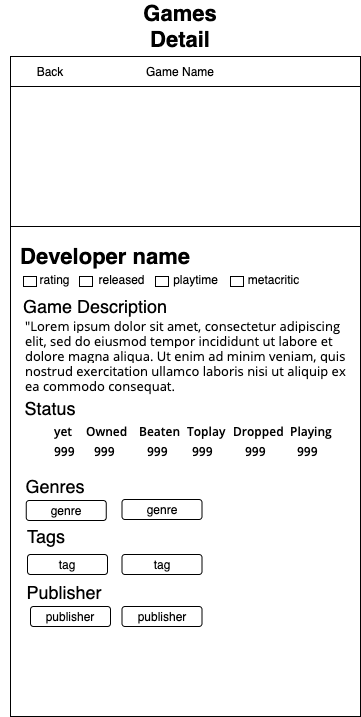
The draw.io diagram lofi design/IOS submission-Game Detail.png in putrautama007/game_catalogue, before a commit. Source tidied: cells renumbered, new cells last; positions are measured from the earlier drawing's top-left corner, leaving out a move shared by most shapes. The source it was exported from:
```xml
<mxGraphModel>
  <root>
    <mxCell id="0" />
    <mxCell id="1" parent="0" />
    <mxCell id="2" style="rounded=0;whiteSpace=wrap;html=1;" parent="1" vertex="1">
      <mxGeometry x="10" y="40" width="350" height="660" as="geometry" />
    </mxCell>
    <mxCell id="3" value="&lt;font style=&quot;font-size: 22px&quot;&gt;&lt;b&gt;Games Detail&lt;/b&gt;&lt;/font&gt;" style="text;html=1;strokeColor=none;fillColor=none;align=center;verticalAlign=middle;whiteSpace=wrap;rounded=0;" parent="1" vertex="1">
      <mxGeometry x="160" width="40" height="20" as="geometry" />
    </mxCell>
    <mxCell id="4" style="rounded=0;whiteSpace=wrap;html=1;" parent="1" vertex="1">
      <mxGeometry x="10" y="40" width="350" height="30" as="geometry" />
    </mxCell>
    <mxCell id="5" value="Game Name" style="text;html=1;strokeColor=none;fillColor=none;align=center;verticalAlign=middle;whiteSpace=wrap;rounded=0;" parent="1" vertex="1">
      <mxGeometry x="140" y="45" width="80" height="20" as="geometry" />
    </mxCell>
    <mxCell id="6" value="Back" style="text;html=1;strokeColor=none;fillColor=none;align=center;verticalAlign=middle;whiteSpace=wrap;rounded=0;" parent="1" vertex="1">
      <mxGeometry x="10" y="45" width="80" height="20" as="geometry" />
    </mxCell>
    <mxCell id="7" style="rounded=0;whiteSpace=wrap;html=1;" parent="1" vertex="1">
      <mxGeometry x="10" y="70" width="350" height="140" as="geometry" />
    </mxCell>
    <mxCell id="8" value="&lt;font style=&quot;font-size: 22px&quot;&gt;&lt;b&gt;Developer name&lt;/b&gt;&lt;/font&gt;" style="text;html=1;strokeColor=none;fillColor=none;align=center;verticalAlign=middle;whiteSpace=wrap;rounded=0;" parent="1" vertex="1">
      <mxGeometry x="10" y="230" width="190" height="20" as="geometry" />
    </mxCell>
    <mxCell id="9" style="rounded=0;whiteSpace=wrap;html=1;" parent="1" vertex="1">
      <mxGeometry x="23" y="260" width="13" height="10" as="geometry" />
    </mxCell>
    <mxCell id="10" value="rating" style="text;html=1;strokeColor=none;fillColor=none;align=center;verticalAlign=middle;whiteSpace=wrap;rounded=0;" parent="1" vertex="1">
      <mxGeometry x="30" y="253" width="49" height="20" as="geometry" />
    </mxCell>
    <mxCell id="11" style="rounded=0;whiteSpace=wrap;html=1;" parent="1" vertex="1">
      <mxGeometry x="79" y="260" width="13" height="10" as="geometry" />
    </mxCell>
    <mxCell id="12" value="released" style="text;html=1;strokeColor=none;fillColor=none;align=center;verticalAlign=middle;whiteSpace=wrap;rounded=0;" parent="1" vertex="1">
      <mxGeometry x="97" y="253" width="49" height="20" as="geometry" />
    </mxCell>
    <mxCell id="13" style="rounded=0;whiteSpace=wrap;html=1;" parent="1" vertex="1">
      <mxGeometry x="155" y="260" width="13" height="10" as="geometry" />
    </mxCell>
    <mxCell id="14" value="playtime" style="text;html=1;strokeColor=none;fillColor=none;align=center;verticalAlign=middle;whiteSpace=wrap;rounded=0;" parent="1" vertex="1">
      <mxGeometry x="171" y="253" width="49" height="20" as="geometry" />
    </mxCell>
    <mxCell id="15" style="rounded=0;whiteSpace=wrap;html=1;" parent="1" vertex="1">
      <mxGeometry x="230" y="260" width="13" height="10" as="geometry" />
    </mxCell>
    <mxCell id="16" value="metacritic" style="text;html=1;strokeColor=none;fillColor=none;align=center;verticalAlign=middle;whiteSpace=wrap;rounded=0;" parent="1" vertex="1">
      <mxGeometry x="249" y="253" width="49" height="20" as="geometry" />
    </mxCell>
    <mxCell id="17" value="&lt;font style=&quot;font-size: 18px&quot;&gt;Game Description&lt;/font&gt;" style="text;html=1;strokeColor=none;fillColor=none;align=center;verticalAlign=middle;whiteSpace=wrap;rounded=0;" parent="1" vertex="1">
      <mxGeometry y="280" width="190" height="20" as="geometry" />
    </mxCell>
    <mxCell id="18" value="&lt;span style=&quot;font-family: &amp;#34;open sans&amp;#34; , &amp;#34;arial&amp;#34; , sans-serif ; background-color: rgb(255 , 255 , 255)&quot;&gt;&lt;font style=&quot;font-size: 13px&quot;&gt;&quot;Lorem ipsum dolor sit amet, consectetur adipiscing elit, sed do eiusmod tempor incididunt ut labore et dolore magna aliqua. Ut enim ad minim veniam, quis nostrud exercitation ullamco laboris nisi ut aliquip ex ea commodo consequat.&amp;nbsp;&lt;/font&gt;&lt;/span&gt;" style="text;html=1;strokeColor=none;fillColor=none;align=left;verticalAlign=middle;whiteSpace=wrap;rounded=0;" parent="1" vertex="1">
      <mxGeometry x="23" y="300" width="327" height="80" as="geometry" />
    </mxCell>
    <mxCell id="19" value="&lt;font style=&quot;font-size: 18px&quot;&gt;Status&lt;/font&gt;" style="text;html=1;strokeColor=none;fillColor=none;align=center;verticalAlign=middle;whiteSpace=wrap;rounded=0;" parent="1" vertex="1">
      <mxGeometry x="16.2" y="382" width="67.5" height="20" as="geometry" />
    </mxCell>
    <mxCell id="20" value="&lt;font style=&quot;font-size: 18px&quot;&gt;Genres&lt;/font&gt;" style="text;html=1;strokeColor=none;fillColor=none;align=center;verticalAlign=middle;whiteSpace=wrap;rounded=0;" parent="1" vertex="1">
      <mxGeometry x="20.8" y="460" width="67.5" height="20" as="geometry" />
    </mxCell>
    <mxCell id="21" value="&lt;span style=&quot;font-size: 18px&quot;&gt;Tags&lt;/span&gt;" style="text;html=1;strokeColor=none;fillColor=none;align=center;verticalAlign=middle;whiteSpace=wrap;rounded=0;" parent="1" vertex="1">
      <mxGeometry x="11.5" y="510" width="67.5" height="20" as="geometry" />
    </mxCell>
    <mxCell id="22" value="&lt;span style=&quot;font-size: 18px&quot;&gt;Publisher&lt;/span&gt;" style="text;html=1;strokeColor=none;fillColor=none;align=center;verticalAlign=middle;whiteSpace=wrap;rounded=0;" parent="1" vertex="1">
      <mxGeometry x="30" y="566" width="67.5" height="20" as="geometry" />
    </mxCell>
    <mxCell id="23" value="genre" style="rounded=1;whiteSpace=wrap;html=1;" parent="1" vertex="1">
      <mxGeometry x="25.8" y="484" width="80" height="20" as="geometry" />
    </mxCell>
    <mxCell id="24" value="genre" style="rounded=1;whiteSpace=wrap;html=1;" parent="1" vertex="1">
      <mxGeometry x="121.5" y="483" width="80" height="20" as="geometry" />
    </mxCell>
    <mxCell id="25" value="tag" style="rounded=1;whiteSpace=wrap;html=1;" parent="1" vertex="1">
      <mxGeometry x="27" y="538" width="80" height="20" as="geometry" />
    </mxCell>
    <mxCell id="26" value="tag" style="rounded=1;whiteSpace=wrap;html=1;" parent="1" vertex="1">
      <mxGeometry x="121.5" y="538" width="80" height="20" as="geometry" />
    </mxCell>
    <mxCell id="27" value="publisher" style="rounded=1;whiteSpace=wrap;html=1;" parent="1" vertex="1">
      <mxGeometry x="30" y="590" width="80" height="20" as="geometry" />
    </mxCell>
    <mxCell id="28" value="publisher" style="rounded=1;whiteSpace=wrap;html=1;" parent="1" vertex="1">
      <mxGeometry x="121.5" y="590" width="80" height="20" as="geometry" />
    </mxCell>
    <mxCell id="29" value="&lt;span style=&quot;font-family: &amp;#34;open sans&amp;#34; , &amp;#34;arial&amp;#34; , sans-serif ; background-color: rgb(255 , 255 , 255)&quot;&gt;&lt;font size=&quot;1&quot;&gt;&lt;b style=&quot;font-size: 12px&quot;&gt;yet&lt;/b&gt;&lt;/font&gt;&lt;/span&gt;" style="text;html=1;strokeColor=none;fillColor=none;align=left;verticalAlign=middle;whiteSpace=wrap;rounded=0;" parent="1" vertex="1">
      <mxGeometry x="52.2" y="410" width="30" height="10" as="geometry" />
    </mxCell>
    <mxCell id="30" value="&lt;span style=&quot;font-family: &amp;#34;open sans&amp;#34; , &amp;#34;arial&amp;#34; , sans-serif ; background-color: rgb(255 , 255 , 255)&quot;&gt;&lt;font size=&quot;1&quot;&gt;&lt;b style=&quot;font-size: 12px&quot;&gt;Owned&lt;/b&gt;&lt;/font&gt;&lt;/span&gt;" style="text;html=1;strokeColor=none;fillColor=none;align=left;verticalAlign=middle;whiteSpace=wrap;rounded=0;" parent="1" vertex="1">
      <mxGeometry x="84.2" y="410" width="30" height="10" as="geometry" />
    </mxCell>
    <mxCell id="31" value="&lt;font face=&quot;open sans, arial, sans-serif&quot;&gt;&lt;span style=&quot;background-color: rgb(255 , 255 , 255)&quot;&gt;&lt;b&gt;Beaten&lt;/b&gt;&lt;/span&gt;&lt;/font&gt;" style="text;html=1;strokeColor=none;fillColor=none;align=left;verticalAlign=middle;whiteSpace=wrap;rounded=0;" parent="1" vertex="1">
      <mxGeometry x="136.8" y="410" width="30" height="10" as="geometry" />
    </mxCell>
    <mxCell id="32" value="&lt;span style=&quot;font-family: &amp;#34;open sans&amp;#34; , &amp;#34;arial&amp;#34; , sans-serif ; background-color: rgb(255 , 255 , 255)&quot;&gt;&lt;font size=&quot;1&quot;&gt;&lt;b style=&quot;font-size: 12px&quot;&gt;Toplay&lt;/b&gt;&lt;/font&gt;&lt;/span&gt;" style="text;html=1;strokeColor=none;fillColor=none;align=left;verticalAlign=middle;whiteSpace=wrap;rounded=0;" parent="1" vertex="1">
      <mxGeometry x="184.8" y="410" width="30" height="10" as="geometry" />
    </mxCell>
    <mxCell id="33" value="&lt;span style=&quot;font-family: &amp;#34;open sans&amp;#34; , &amp;#34;arial&amp;#34; , sans-serif ; background-color: rgb(255 , 255 , 255)&quot;&gt;&lt;font size=&quot;1&quot;&gt;&lt;b style=&quot;font-size: 12px&quot;&gt;Dropped&lt;/b&gt;&lt;/font&gt;&lt;/span&gt;" style="text;html=1;strokeColor=none;fillColor=none;align=left;verticalAlign=middle;whiteSpace=wrap;rounded=0;" parent="1" vertex="1">
      <mxGeometry x="231.2" y="410" width="30" height="10" as="geometry" />
    </mxCell>
    <mxCell id="34" value="&lt;span style=&quot;font-family: &amp;#34;open sans&amp;#34; , &amp;#34;arial&amp;#34; , sans-serif ; background-color: rgb(255 , 255 , 255)&quot;&gt;&lt;font size=&quot;1&quot;&gt;&lt;b style=&quot;font-size: 12px&quot;&gt;Playing&lt;/b&gt;&lt;/font&gt;&lt;/span&gt;" style="text;html=1;strokeColor=none;fillColor=none;align=left;verticalAlign=middle;whiteSpace=wrap;rounded=0;" parent="1" vertex="1">
      <mxGeometry x="287.8" y="410" width="30" height="10" as="geometry" />
    </mxCell>
    <mxCell id="35" value="&lt;span style=&quot;font-family: &amp;#34;open sans&amp;#34; , &amp;#34;arial&amp;#34; , sans-serif ; background-color: rgb(255 , 255 , 255)&quot;&gt;&lt;font size=&quot;1&quot;&gt;&lt;b style=&quot;font-size: 12px&quot;&gt;999&lt;/b&gt;&lt;/font&gt;&lt;/span&gt;" style="text;html=1;strokeColor=none;fillColor=none;align=left;verticalAlign=middle;whiteSpace=wrap;rounded=0;" parent="1" vertex="1">
      <mxGeometry x="52.2" y="430" width="30" height="10" as="geometry" />
    </mxCell>
    <mxCell id="36" value="&lt;span style=&quot;font-family: &amp;#34;open sans&amp;#34; , &amp;#34;arial&amp;#34; , sans-serif ; background-color: rgb(255 , 255 , 255)&quot;&gt;&lt;font size=&quot;1&quot;&gt;&lt;b style=&quot;font-size: 12px&quot;&gt;999&lt;/b&gt;&lt;/font&gt;&lt;/span&gt;" style="text;html=1;strokeColor=none;fillColor=none;align=left;verticalAlign=middle;whiteSpace=wrap;rounded=0;" parent="1" vertex="1">
      <mxGeometry x="92" y="430" width="30" height="10" as="geometry" />
    </mxCell>
    <mxCell id="37" value="&lt;span style=&quot;font-family: &amp;#34;open sans&amp;#34; , &amp;#34;arial&amp;#34; , sans-serif ; background-color: rgb(255 , 255 , 255)&quot;&gt;&lt;font size=&quot;1&quot;&gt;&lt;b style=&quot;font-size: 12px&quot;&gt;999&lt;/b&gt;&lt;/font&gt;&lt;/span&gt;" style="text;html=1;strokeColor=none;fillColor=none;align=left;verticalAlign=middle;whiteSpace=wrap;rounded=0;" parent="1" vertex="1">
      <mxGeometry x="145" y="430" width="30" height="10" as="geometry" />
    </mxCell>
    <mxCell id="38" value="&lt;span style=&quot;font-family: &amp;#34;open sans&amp;#34; , &amp;#34;arial&amp;#34; , sans-serif ; background-color: rgb(255 , 255 , 255)&quot;&gt;&lt;font size=&quot;1&quot;&gt;&lt;b style=&quot;font-size: 12px&quot;&gt;999&lt;/b&gt;&lt;/font&gt;&lt;/span&gt;" style="text;html=1;strokeColor=none;fillColor=none;align=left;verticalAlign=middle;whiteSpace=wrap;rounded=0;" parent="1" vertex="1">
      <mxGeometry x="190" y="430" width="30" height="10" as="geometry" />
    </mxCell>
    <mxCell id="39" value="&lt;span style=&quot;font-family: &amp;#34;open sans&amp;#34; , &amp;#34;arial&amp;#34; , sans-serif ; background-color: rgb(255 , 255 , 255)&quot;&gt;&lt;font size=&quot;1&quot;&gt;&lt;b style=&quot;font-size: 12px&quot;&gt;999&lt;/b&gt;&lt;/font&gt;&lt;/span&gt;" style="text;html=1;strokeColor=none;fillColor=none;align=left;verticalAlign=middle;whiteSpace=wrap;rounded=0;" parent="1" vertex="1">
      <mxGeometry x="243" y="430" width="30" height="10" as="geometry" />
    </mxCell>
    <mxCell id="40" value="&lt;span style=&quot;font-family: &amp;#34;open sans&amp;#34; , &amp;#34;arial&amp;#34; , sans-serif ; background-color: rgb(255 , 255 , 255)&quot;&gt;&lt;font size=&quot;1&quot;&gt;&lt;b style=&quot;font-size: 12px&quot;&gt;999&lt;/b&gt;&lt;/font&gt;&lt;/span&gt;" style="text;html=1;strokeColor=none;fillColor=none;align=left;verticalAlign=middle;whiteSpace=wrap;rounded=0;" parent="1" vertex="1">
      <mxGeometry x="295" y="430" width="30" height="10" as="geometry" />
    </mxCell>
  </root>
</mxGraphModel>
```
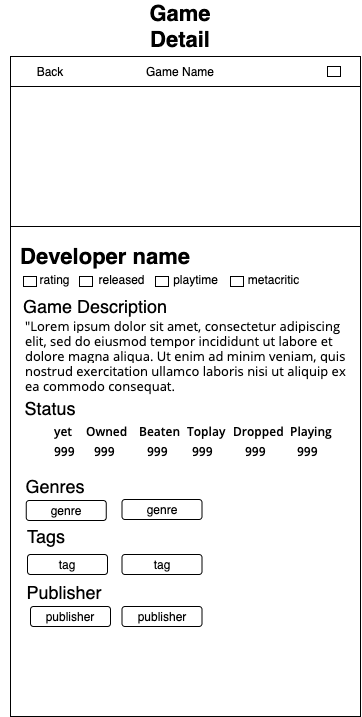
After the commit.

What changed in the source:
```diff
@@ -5,7 +5,7 @@
     <mxCell id="2" style="rounded=0;whiteSpace=wrap;html=1;" parent="1" vertex="1">
       <mxGeometry x="10" y="40" width="350" height="660" as="geometry" />
     </mxCell>
-    <mxCell id="3" value="&lt;font style=&quot;font-size: 22px&quot;&gt;&lt;b&gt;Games Detail&lt;/b&gt;&lt;/font&gt;" style="text;html=1;strokeColor=none;fillColor=none;align=center;verticalAlign=middle;whiteSpace=wrap;rounded=0;" parent="1" vertex="1">
+    <mxCell id="3" value="&lt;font style=&quot;font-size: 22px&quot;&gt;&lt;b&gt;Game Detail&lt;/b&gt;&lt;/font&gt;" style="text;html=1;strokeColor=none;fillColor=none;align=center;verticalAlign=middle;whiteSpace=wrap;rounded=0;" parent="1" vertex="1">
       <mxGeometry x="160" width="40" height="20" as="geometry" />
     </mxCell>
     <mxCell id="4" style="rounded=0;whiteSpace=wrap;html=1;" parent="1" vertex="1">
@@ -119,5 +119,8 @@
     <mxCell id="40" value="&lt;span style=&quot;font-family: &amp;#34;open sans&amp;#34; , &amp;#34;arial&amp;#34; , sans-serif ; background-color: rgb(255 , 255 , 255)&quot;&gt;&lt;font size=&quot;1&quot;&gt;&lt;b style=&quot;font-size: 12px&quot;&gt;999&lt;/b&gt;&lt;/font&gt;&lt;/span&gt;" style="text;html=1;strokeColor=none;fillColor=none;align=left;verticalAlign=middle;whiteSpace=wrap;rounded=0;" parent="1" vertex="1">
       <mxGeometry x="295" y="430" width="30" height="10" as="geometry" />
     </mxCell>
+    <mxCell id="41" style="rounded=0;whiteSpace=wrap;html=1;" parent="1" vertex="1">
+      <mxGeometry x="327" y="50" width="13" height="10" as="geometry" />
+    </mxCell>
   </root>
 </mxGraphModel>
```
